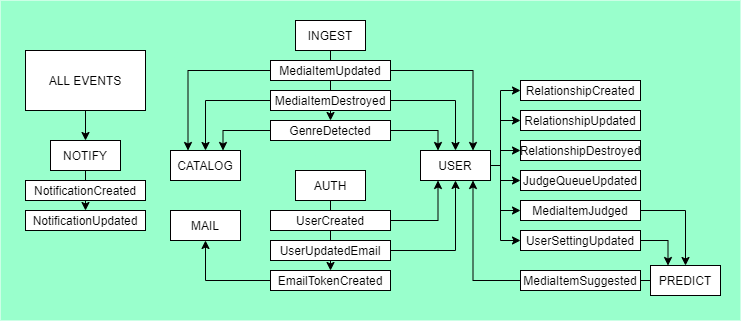
Before: docs/event-flow.png, a diagram exported from draw.io (flickswipe/app). Source tidied: cells renumbered, new cells last; positions are measured from the earlier drawing's top-left corner, leaving out a move shared by most shapes.
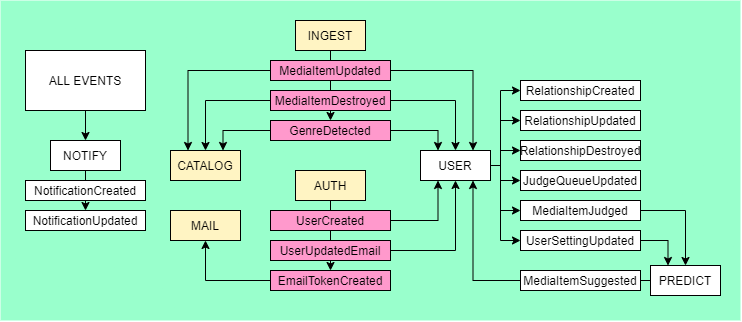
The same file after the commit.

The edit, as a diff of the source:
```diff
@@ -8,13 +8,13 @@
     <mxCell id="3" style="edgeStyle=orthogonalEdgeStyle;rounded=0;jettySize=auto;html=1;entryX=0.5;entryY=0;entryDx=0;entryDy=0;" parent="1" edge="1" source="4" target="22">
       <mxGeometry relative="1" as="geometry" />
     </mxCell>
-    <mxCell id="4" value="AUTH" style="rounded=0;whiteSpace=wrap;html=1;" parent="1" vertex="1">
+    <mxCell id="4" value="AUTH" style="rounded=0;whiteSpace=wrap;html=1;fillColor=#FFF4C3;" parent="1" vertex="1">
       <mxGeometry x="295" y="170" width="70" height="30" as="geometry" />
     </mxCell>
     <mxCell id="5" style="edgeStyle=orthogonalEdgeStyle;rounded=0;jettySize=auto;html=1;entryX=0.5;entryY=0;entryDx=0;entryDy=0;" parent="1" edge="1" source="6" target="31">
       <mxGeometry relative="1" as="geometry" />
     </mxCell>
-    <mxCell id="6" value="INGEST" style="rounded=0;whiteSpace=wrap;html=1;" parent="1" vertex="1">
+    <mxCell id="6" value="INGEST" style="rounded=0;whiteSpace=wrap;html=1;fillColor=#FFF4C3;" parent="1" vertex="1">
       <mxGeometry x="295" y="20" width="70" height="30" as="geometry" />
     </mxCell>
     <mxCell id="7" style="edgeStyle=orthogonalEdgeStyle;rounded=0;jettySize=auto;html=1;entryX=0;entryY=0.5;entryDx=0;entryDy=0;" parent="1" edge="1" source="13" target="33">
@@ -68,7 +68,7 @@
     <mxCell id="13" value="USER" style="rounded=0;whiteSpace=wrap;html=1;" parent="1" vertex="1">
       <mxGeometry x="420" y="150" width="70" height="30" as="geometry" />
     </mxCell>
-    <mxCell id="14" value="CATALOG" style="rounded=0;whiteSpace=wrap;html=1;" parent="1" vertex="1">
+    <mxCell id="14" value="CATALOG" style="rounded=0;whiteSpace=wrap;html=1;fillColor=#FFF4C3;" parent="1" vertex="1">
       <mxGeometry x="170" y="150" width="70" height="30" as="geometry" />
     </mxCell>
     <mxCell id="15" style="edgeStyle=orthogonalEdgeStyle;rounded=0;jettySize=auto;html=1;entryX=0.833;entryY=0.5;entryDx=0;entryDy=0;entryPerimeter=0;" parent="1" edge="1" source="16" target="42">
@@ -80,19 +80,19 @@
     <mxCell id="17" style="edgeStyle=orthogonalEdgeStyle;rounded=0;jettySize=auto;html=1;entryX=0.25;entryY=1;entryDx=0;entryDy=0;" parent="1" edge="1" source="18" target="13">
       <mxGeometry relative="1" as="geometry" />
     </mxCell>
-    <mxCell id="18" value="UserCreated" style="rounded=0;whiteSpace=wrap;html=1;" parent="1" vertex="1">
+    <mxCell id="18" value="UserCreated" style="rounded=0;whiteSpace=wrap;html=1;fillColor=#FF99CC;" parent="1" vertex="1">
       <mxGeometry x="270" y="210" width="120" height="20" as="geometry" />
     </mxCell>
     <mxCell id="19" style="edgeStyle=orthogonalEdgeStyle;rounded=0;jettySize=auto;html=1;entryX=0.5;entryY=1;entryDx=0;entryDy=0;" parent="1" edge="1" source="20" target="13">
       <mxGeometry relative="1" as="geometry" />
     </mxCell>
-    <mxCell id="20" value="UserUpdatedEmail" style="rounded=0;whiteSpace=wrap;html=1;" parent="1" vertex="1">
+    <mxCell id="20" value="UserUpdatedEmail" style="rounded=0;whiteSpace=wrap;html=1;fillColor=#FF99CC;" parent="1" vertex="1">
       <mxGeometry x="270" y="240" width="120" height="20" as="geometry" />
     </mxCell>
     <mxCell id="21" style="edgeStyle=orthogonalEdgeStyle;rounded=0;jettySize=auto;html=1;" parent="1" edge="1" source="22" target="32">
       <mxGeometry relative="1" as="geometry" />
     </mxCell>
-    <mxCell id="22" value="EmailTokenCreated" style="rounded=0;whiteSpace=wrap;html=1;" parent="1" vertex="1">
+    <mxCell id="22" value="EmailTokenCreated" style="rounded=0;whiteSpace=wrap;html=1;fillColor=#FF99CC;" parent="1" vertex="1">
       <mxGeometry x="270" y="270" width="120" height="20" as="geometry" />
     </mxCell>
     <mxCell id="23" style="edgeStyle=orthogonalEdgeStyle;rounded=0;jettySize=auto;html=1;entryX=0.25;entryY=0;entryDx=0;entryDy=0;" parent="1" edge="1" source="25" target="14">
@@ -101,7 +101,7 @@
     <mxCell id="24" style="edgeStyle=orthogonalEdgeStyle;rounded=0;jettySize=auto;html=1;entryX=0.75;entryY=0;entryDx=0;entryDy=0;" parent="1" edge="1" source="25" target="13">
       <mxGeometry relative="1" as="geometry" />
     </mxCell>
-    <mxCell id="25" value="MediaItemUpdated" style="rounded=0;whiteSpace=wrap;html=1;" parent="1" vertex="1">
+    <mxCell id="25" value="MediaItemUpdated" style="rounded=0;whiteSpace=wrap;html=1;fillColor=#FF99CC;" parent="1" vertex="1">
       <mxGeometry x="270" y="60" width="120" height="20" as="geometry" />
     </mxCell>
     <mxCell id="26" style="edgeStyle=orthogonalEdgeStyle;rounded=0;jettySize=auto;html=1;entryX=0.5;entryY=0;entryDx=0;entryDy=0;" parent="1" edge="1" source="28" target="14">
@@ -110,7 +110,7 @@
     <mxCell id="27" style="edgeStyle=orthogonalEdgeStyle;rounded=0;jettySize=auto;html=1;entryX=0.5;entryY=0;entryDx=0;entryDy=0;" parent="1" edge="1" source="28" target="13">
       <mxGeometry relative="1" as="geometry" />
     </mxCell>
-    <mxCell id="28" value="MediaItemDestroyed" style="rounded=0;whiteSpace=wrap;html=1;" parent="1" vertex="1">
+    <mxCell id="28" value="MediaItemDestroyed" style="rounded=0;whiteSpace=wrap;html=1;fillColor=#FF99CC;" parent="1" vertex="1">
       <mxGeometry x="270" y="90" width="120" height="20" as="geometry" />
     </mxCell>
     <mxCell id="29" style="edgeStyle=orthogonalEdgeStyle;rounded=0;jettySize=auto;html=1;entryX=0.75;entryY=0;entryDx=0;entryDy=0;" parent="1" edge="1" source="31" target="14">
@@ -119,10 +119,10 @@
     <mxCell id="30" style="edgeStyle=orthogonalEdgeStyle;rounded=0;jettySize=auto;html=1;entryX=0.25;entryY=0;entryDx=0;entryDy=0;" parent="1" edge="1" source="31" target="13">
       <mxGeometry relative="1" as="geometry" />
     </mxCell>
-    <mxCell id="31" value="GenreDetected" style="rounded=0;whiteSpace=wrap;html=1;" parent="1" vertex="1">
+    <mxCell id="31" value="GenreDetected" style="rounded=0;whiteSpace=wrap;html=1;fillColor=#FF99CC;" parent="1" vertex="1">
       <mxGeometry x="270" y="120" width="120" height="20" as="geometry" />
     </mxCell>
-    <mxCell id="32" value="MAIL" style="rounded=0;whiteSpace=wrap;html=1;" parent="1" vertex="1">
+    <mxCell id="32" value="MAIL" style="rounded=0;whiteSpace=wrap;html=1;fillColor=#FFF4C3;" parent="1" vertex="1">
       <mxGeometry x="170" y="210" width="70" height="30" as="geometry" />
     </mxCell>
     <mxCell id="33" value="RelationshipCreated" style="rounded=0;whiteSpace=wrap;html=1;" parent="1" vertex="1">
```
